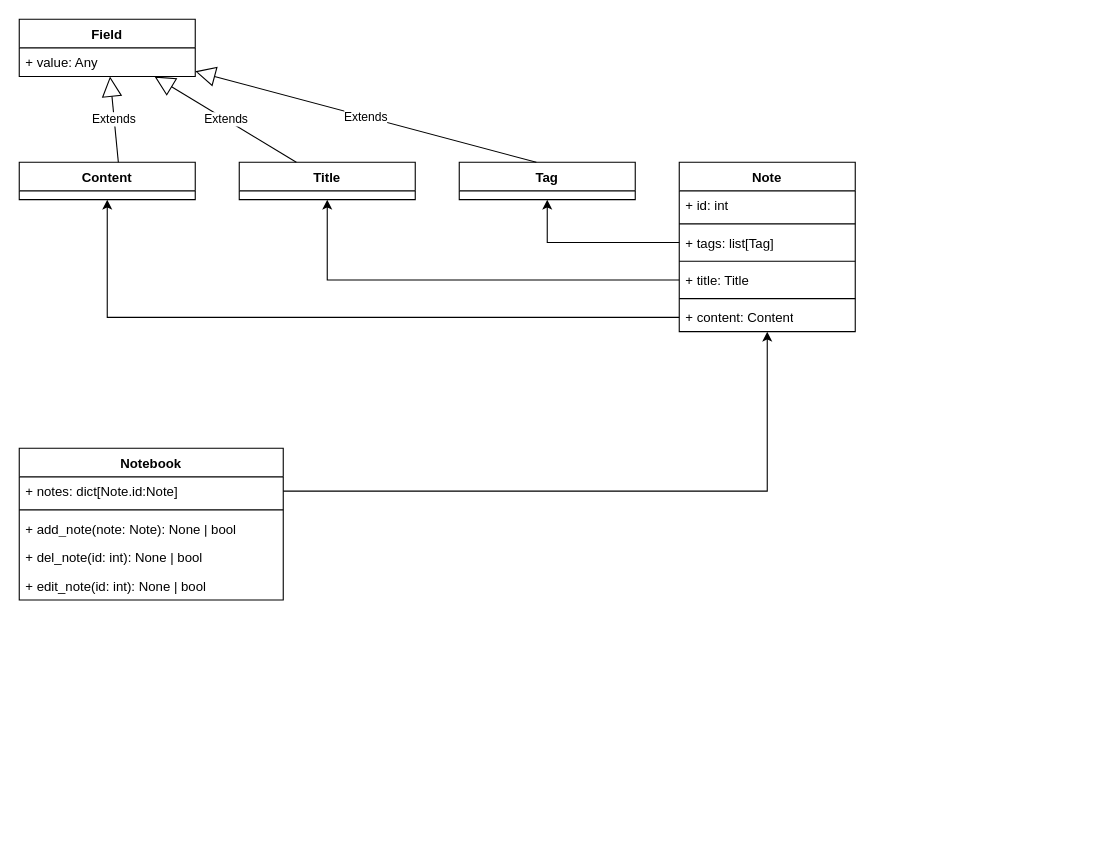
This is The S.O.F.T.drawio from oleverse/uml, a draw.io file, before an edit. Source tidied: cells renumbered, new cells numbered last; positions are measured from the earlier drawing's top-left corner, leaving out a move shared by most shapes. Both pictures are drawn from the tidied source at 110%, with x=0, y=0 at pixel (19, 19).
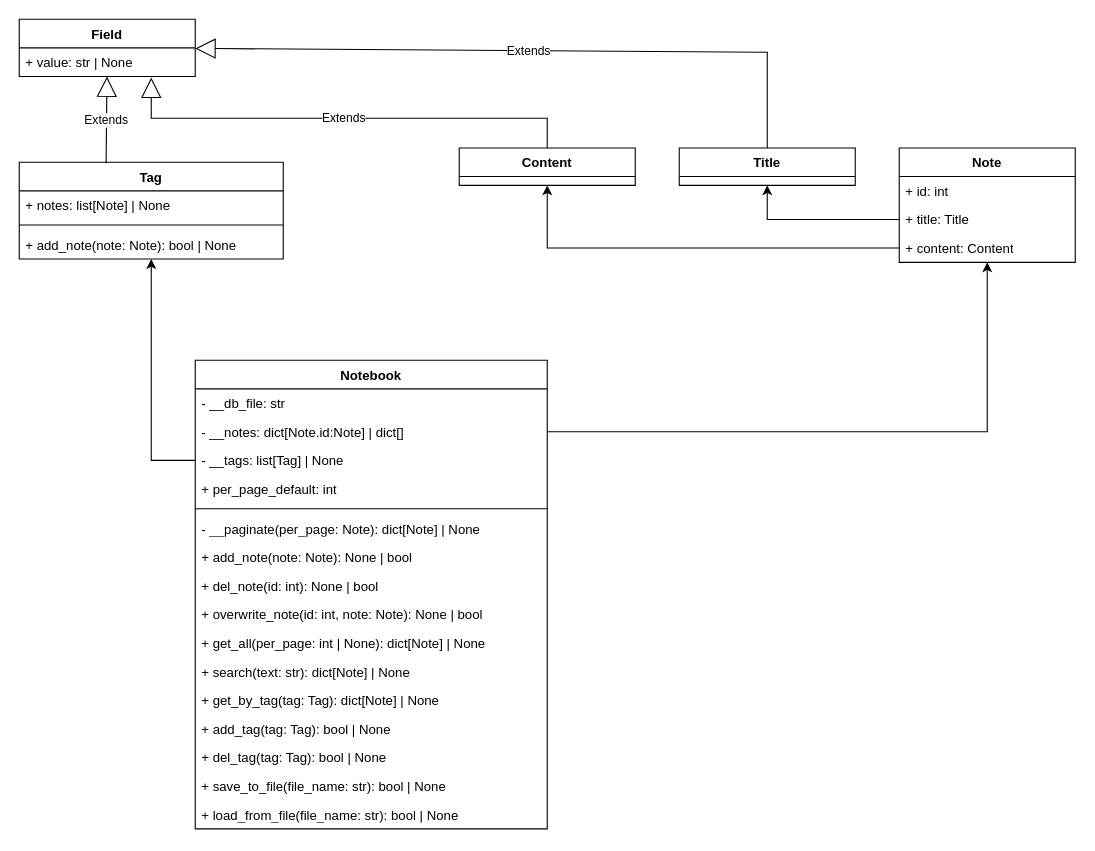
Above is the later version.

Unchanged cells that the change refers to:
```xml
<mxCell id="17" value="Field" style="swimlane;fontStyle=1;align=center;verticalAlign=top;horizontal=1;startSize=26;whiteSpace=wrap;html=1;" parent="1" vertex="1">
  <mxGeometry width="160" height="52" as="geometry" />
</mxCell>
```

What changed in the source:
```diff
@@
     <mxCell id="2" value="Note" style="swimlane;fontStyle=1;align=center;verticalAlign=top;horizontal=1;startSize=26;whiteSpace=wrap;html=1;" parent="1" vertex="1">
-      <mxGeometry x="600" y="130" width="160" height="154" as="geometry" />
+      <mxGeometry x="800" y="117" width="160" height="104" as="geometry" />
     </mxCell>
@@
-    <mxCell id="4" style="line;strokeWidth=1;fillColor=none;align=left;verticalAlign=middle;spacingTop=-1;spacingLeft=3;spacingRight=3;labelPosition=right;strokeColor=inherit;" parent="2" vertex="1">
-      <mxGeometry y="52" width="160" height="8" as="geometry" />
-    </mxCell>
-    <mxCell id="5" value="&lt;div&gt;+ tags: list[Tag]&lt;/div&gt;" style="text;strokeColor=none;fillColor=none;align=left;verticalAlign=top;spacingLeft=4;spacingRight=4;overflow=hidden;points=[[0,0.5],[1,0.5]];portConstraint=eastwest;whiteSpace=wrap;html=1;" parent="2" vertex="1">
-      <mxGeometry y="60" width="160" height="26" as="geometry" />
-    </mxCell>
-    <mxCell id="6" style="line;strokeWidth=1;fillColor=none;align=left;verticalAlign=middle;spacingTop=-1;spacingLeft=3;spacingRight=3;labelPosition=right;strokeColor=inherit;" parent="2" vertex="1">
-      <mxGeometry y="86" width="160" height="8" as="geometry" />
-    </mxCell>
     <mxCell id="7" value="&lt;div&gt;+ title: Title&lt;/div&gt;" style="text;strokeColor=none;fillColor=none;align=left;verticalAlign=top;spacingLeft=4;spacingRight=4;overflow=hidden;points=[[0,0.5],[1,0.5]];portConstraint=eastwest;whiteSpace=wrap;html=1;" parent="2" vertex="1">
-      <mxGeometry y="94" width="160" height="26" as="geometry" />
+      <mxGeometry y="52" width="160" height="26" as="geometry" />
     </mxCell>
-    <mxCell id="8" style="line;strokeWidth=1;fillColor=none;align=left;verticalAlign=middle;spacingTop=-1;spacingLeft=3;spacingRight=3;labelPosition=right;strokeColor=inherit;" parent="2" vertex="1">
-      <mxGeometry y="120" width="160" height="8" as="geometry" />
-    </mxCell>
     <mxCell id="9" value="&lt;div&gt;+ content: Content&lt;br&gt;&lt;/div&gt;" style="text;strokeColor=none;fillColor=none;align=left;verticalAlign=top;spacingLeft=4;spacingRight=4;overflow=hidden;points=[[0,0.5],[1,0.5]];portConstraint=eastwest;whiteSpace=wrap;html=1;" parent="2" vertex="1">
-      <mxGeometry y="128" width="160" height="26" as="geometry" />
+      <mxGeometry y="78" width="160" height="26" as="geometry" />
     </mxCell>
     <mxCell id="10" value="&lt;div&gt;Notebook&lt;/div&gt;" style="swimlane;fontStyle=1;align=center;verticalAlign=top;horizontal=1;startSize=26;whiteSpace=wrap;html=1;" parent="1" vertex="1">
-      <mxGeometry y="390" width="240" height="138" as="geometry" />
+      <mxGeometry x="160" y="310" width="320" height="426" as="geometry" />
     </mxCell>
-    <mxCell id="11" value="+ notes: dict[Note.id:Note]" style="text;strokeColor=none;fillColor=none;align=left;verticalAlign=top;spacingLeft=4;spacingRight=4;overflow=hidden;points=[[0,0.5],[1,0.5]];portConstraint=eastwest;whiteSpace=wrap;html=1;" parent="10" vertex="1">
-      <mxGeometry y="26" width="240" height="26" as="geometry" />
-    </mxCell>
-    <mxCell id="12" style="line;strokeWidth=1;fillColor=none;align=left;verticalAlign=middle;spacingTop=-1;spacingLeft=3;spacingRight=3;labelPosition=right;strokeColor=inherit;" parent="10" vertex="1">
-      <mxGeometry y="52" width="240" height="8" as="geometry" />
-    </mxCell>
+    <mxCell id="28" value="- __db_file: str" style="text;strokeColor=none;fillColor=none;align=left;verticalAlign=top;spacingLeft=4;spacingRight=4;overflow=hidden;whiteSpace=wrap;html=1;" parent="10" vertex="1">
+      <mxGeometry y="26" width="320" height="26" as="geometry" />
+    </mxCell>
+    <mxCell id="29" value="- __notes: dict[Note.id:Note] | dict[]" style="text;strokeColor=none;fillColor=none;align=left;verticalAlign=top;spacingLeft=4;spacingRight=4;overflow=hidden;points=[[0,0.5],[1,0.5]];portConstraint=eastwest;whiteSpace=wrap;html=1;" parent="10" vertex="1">
+      <mxGeometry y="52" width="320" height="26" as="geometry" />
+    </mxCell>
+    <mxCell id="30" value="&lt;div&gt;- __tags: list[Tag] | None&lt;br&gt;&lt;/div&gt;" style="text;strokeColor=none;fillColor=none;align=left;verticalAlign=top;spacingLeft=4;spacingRight=4;overflow=hidden;points=[[0,0.5],[1,0.5]];portConstraint=eastwest;whiteSpace=wrap;html=1;" parent="10" vertex="1">
+      <mxGeometry y="78" width="320" height="26" as="geometry" />
+    </mxCell>
+    <mxCell id="31" value="&lt;div&gt;+ per_page_default: int&lt;br&gt;&lt;/div&gt;" style="text;strokeColor=none;fillColor=none;align=left;verticalAlign=top;spacingLeft=4;spacingRight=4;overflow=hidden;whiteSpace=wrap;html=1;" parent="10" vertex="1">
+      <mxGeometry y="104" width="320" height="26" as="geometry" />
+    </mxCell>
+    <mxCell id="32" style="line;strokeWidth=1;fillColor=none;align=left;verticalAlign=middle;spacingTop=-1;spacingLeft=3;spacingRight=3;labelPosition=right;strokeColor=inherit;" parent="10" vertex="1">
+      <mxGeometry y="130" width="320" height="10" as="geometry" />
+    </mxCell>
-    <mxCell id="13" value="+ add_note(note: Note): None | bool" style="text;strokeColor=none;fillColor=none;align=left;verticalAlign=top;spacingLeft=4;spacingRight=4;overflow=hidden;whiteSpace=wrap;html=1;" parent="10" vertex="1">
-      <mxGeometry y="60" width="240" height="26" as="geometry" />
+    <mxCell id="13" value="- __paginate(per_page: Note): dict[Note] | None" style="text;strokeColor=none;fillColor=none;align=left;verticalAlign=top;spacingLeft=4;spacingRight=4;overflow=hidden;whiteSpace=wrap;html=1;" parent="10" vertex="1">
+      <mxGeometry y="140" width="320" height="26" as="geometry" />
     </mxCell>
+    <mxCell id="33" value="+ add_note(note: Note): None | bool" style="text;strokeColor=none;fillColor=none;align=left;verticalAlign=top;spacingLeft=4;spacingRight=4;overflow=hidden;whiteSpace=wrap;html=1;" parent="10" vertex="1">
+      <mxGeometry y="166" width="320" height="26" as="geometry" />
+    </mxCell>
     <mxCell id="14" value="+ del_note(id: int): None | bool" style="text;strokeColor=none;fillColor=none;align=left;verticalAlign=top;spacingLeft=4;spacingRight=4;overflow=hidden;whiteSpace=wrap;html=1;" parent="10" vertex="1">
-      <mxGeometry y="86" width="240" height="26" as="geometry" />
+      <mxGeometry y="192" width="320" height="26" as="geometry" />
     </mxCell>
+    <mxCell id="34" value="+ overwrite_note(id: int, note: Note): None | bool" style="text;strokeColor=none;fillColor=none;align=left;verticalAlign=top;spacingLeft=4;spacingRight=4;overflow=hidden;whiteSpace=wrap;html=1;" parent="10" vertex="1">
+      <mxGeometry y="218" width="320" height="26" as="geometry" />
+    </mxCell>
+    <mxCell id="35" value="+ get_all(per_page: int | None): dict[Note] | None" style="text;strokeColor=none;fillColor=none;align=left;verticalAlign=top;spacingLeft=4;spacingRight=4;overflow=hidden;whiteSpace=wrap;html=1;" parent="10" vertex="1">
+      <mxGeometry y="244" width="320" height="26" as="geometry" />
+    </mxCell>
+    <mxCell id="36" value="+ search(text: str): dict[Note] | None" style="text;strokeColor=none;fillColor=none;align=left;verticalAlign=top;spacingLeft=4;spacingRight=4;overflow=hidden;whiteSpace=wrap;html=1;" parent="10" vertex="1">
+      <mxGeometry y="270" width="320" height="26" as="geometry" />
+    </mxCell>
-    <mxCell id="15" value="+ edit_note(id: int): None | bool" style="text;strokeColor=none;fillColor=none;align=left;verticalAlign=top;spacingLeft=4;spacingRight=4;overflow=hidden;whiteSpace=wrap;html=1;" parent="10" vertex="1">
-      <mxGeometry y="112" width="240" height="26" as="geometry" />
+    <mxCell id="15" value="+ get_by_tag(tag: Tag): dict[Note] | None" style="text;strokeColor=none;fillColor=none;align=left;verticalAlign=top;spacingLeft=4;spacingRight=4;overflow=hidden;whiteSpace=wrap;html=1;" parent="10" vertex="1">
+      <mxGeometry y="296" width="320" height="26" as="geometry" />
     </mxCell>
+    <mxCell id="37" value="+ add_tag(tag: Tag): bool | None" style="text;strokeColor=none;fillColor=none;align=left;verticalAlign=top;spacingLeft=4;spacingRight=4;overflow=hidden;whiteSpace=wrap;html=1;" parent="10" vertex="1">
+      <mxGeometry y="322" width="320" height="26" as="geometry" />
+    </mxCell>
+    <mxCell id="38" value="+ del_tag(tag: Tag): bool | None" style="text;strokeColor=none;fillColor=none;align=left;verticalAlign=top;spacingLeft=4;spacingRight=4;overflow=hidden;whiteSpace=wrap;html=1;" parent="10" vertex="1">
+      <mxGeometry y="348" width="320" height="26" as="geometry" />
+    </mxCell>
+    <mxCell id="39" value="+ save_to_file(file_name: str): bool | None" style="text;strokeColor=none;fillColor=none;align=left;verticalAlign=top;spacingLeft=4;spacingRight=4;overflow=hidden;whiteSpace=wrap;html=1;" parent="10" vertex="1">
+      <mxGeometry y="374" width="320" height="26" as="geometry" />
+    </mxCell>
+    <mxCell id="40" value="+ load_from_file(file_name: str): bool | None" style="text;strokeColor=none;fillColor=none;align=left;verticalAlign=top;spacingLeft=4;spacingRight=4;overflow=hidden;whiteSpace=wrap;html=1;" parent="10" vertex="1">
+      <mxGeometry y="400" width="320" height="26" as="geometry" />
+    </mxCell>
     <mxCell id="16" value="Tag" style="swimlane;fontStyle=1;align=center;verticalAlign=top;horizontal=1;startSize=26;whiteSpace=wrap;html=1;" parent="1" vertex="1">
-      <mxGeometry x="400" y="130" width="160" height="34" as="geometry" />
+      <mxGeometry y="130" width="240" height="88" as="geometry" />
     </mxCell>
+    <mxCell id="41" value="&lt;div&gt;+ notes: list[Note] | None&lt;br&gt;&lt;/div&gt;" style="text;strokeColor=none;fillColor=none;align=left;verticalAlign=top;spacingLeft=4;spacingRight=4;overflow=hidden;whiteSpace=wrap;html=1;" parent="16" vertex="1">
+      <mxGeometry y="26" width="240" height="26" as="geometry" />
+    </mxCell>
+    <mxCell id="42" style="line;strokeWidth=1;fillColor=none;align=left;verticalAlign=middle;spacingTop=-1;spacingLeft=3;spacingRight=3;labelPosition=right;strokeColor=inherit;" parent="16" vertex="1">
+      <mxGeometry y="52" width="240" height="10" as="geometry" />
+    </mxCell>
+    <mxCell id="43" value="+ add_note(note: Note): bool | None" style="text;strokeColor=none;fillColor=none;align=left;verticalAlign=top;spacingLeft=4;spacingRight=4;overflow=hidden;whiteSpace=wrap;html=1;" parent="16" vertex="1">
+      <mxGeometry y="62" width="240" height="26" as="geometry" />
+    </mxCell>
@@
-    <mxCell id="18" value="+ value: Any" style="text;strokeColor=none;fillColor=none;align=left;verticalAlign=top;spacingLeft=4;spacingRight=4;overflow=hidden;points=[[0,0.5],[1,0.5]];portConstraint=eastwest;whiteSpace=wrap;html=1;" parent="17" vertex="1">
+    <mxCell id="18" value="+ value: str | None" style="text;strokeColor=none;fillColor=none;align=left;verticalAlign=top;spacingLeft=4;spacingRight=4;overflow=hidden;points=[[0,0.5],[1,0.5]];portConstraint=eastwest;whiteSpace=wrap;html=1;" parent="17" vertex="1">
       <mxGeometry y="26" width="160" height="26" as="geometry" />
     </mxCell>
     <mxCell id="19" value="Title" style="swimlane;fontStyle=1;align=center;verticalAlign=top;horizontal=1;startSize=26;whiteSpace=wrap;html=1;" parent="1" vertex="1">
-      <mxGeometry x="200" y="130" width="160" height="34" as="geometry" />
+      <mxGeometry x="600" y="117" width="160" height="34" as="geometry" />
     </mxCell>
-    <mxCell id="20" value="Extends" style="endArrow=block;endSize=16;endFill=0;html=1;rounded=0;exitX=0.438;exitY=0;exitDx=0;exitDy=0;exitPerimeter=0;" parent="1" edge="1" source="16" target="17">
+    <mxCell id="20" value="Extends" style="endArrow=block;endSize=16;endFill=0;html=1;rounded=0;exitX=0.329;exitY=0.011;exitDx=0;exitDy=0;exitPerimeter=0;" parent="1" edge="1" source="16" target="17">
       <mxGeometry relative="1" as="geometry" />
     </mxCell>
-    <mxCell id="21" value="Extends" style="endArrow=block;endSize=16;endFill=0;html=1;rounded=0;" parent="1" edge="1" source="19" target="17">
-      <mxGeometry relative="1" as="geometry" />
+    <mxCell id="21" value="Extends" style="endArrow=block;endSize=16;endFill=0;html=1;rounded=0;orthogonal=0;noJump=0;" parent="1" edge="1" source="19" target="17">
+      <mxGeometry relative="1" as="geometry">
+        <Array as="points">
+          <mxPoint x="680" y="30" />
+        </Array>
+      </mxGeometry>
     </mxCell>
     <mxCell id="22" value="&lt;div&gt;Content&lt;/div&gt;" style="swimlane;fontStyle=1;align=center;verticalAlign=top;horizontal=1;startSize=26;whiteSpace=wrap;html=1;" parent="1" vertex="1">
-      <mxGeometry y="130" width="160" height="34" as="geometry" />
+      <mxGeometry x="400" y="117" width="160" height="34" as="geometry" />
     </mxCell>
-    <mxCell id="23" value="Extends" style="endArrow=block;endSize=16;endFill=0;html=1;rounded=0;exitX=0.563;exitY=0;exitDx=0;exitDy=0;exitPerimeter=0;" parent="1" edge="1" source="22" target="17">
-      <mxGeometry relative="1" as="geometry" />
+    <mxCell id="23" value="Extends" style="endArrow=block;endSize=16;endFill=0;html=1;rounded=0;exitX=0.5;exitY=0;exitDx=0;exitDy=0;entryX=0.75;entryY=1.038;entryDx=0;entryDy=0;entryPerimeter=0;" parent="1" edge="1" source="22" target="18">
+      <mxGeometry relative="1" as="geometry">
+        <Array as="points">
+          <mxPoint x="480" y="90" />
+          <mxPoint x="120" y="90" />
+        </Array>
+      </mxGeometry>
     </mxCell>
-    <mxCell id="24" style="edgeStyle=orthogonalEdgeStyle;rounded=0;jettySize=auto;html=1;exitX=0;exitY=0.5;exitDx=0;exitDy=0;anchorPointDirection=1;" parent="1" edge="1" source="5" target="16">
-      <mxGeometry relative="1" as="geometry" />
-    </mxCell>
@@
-    <mxCell id="27" style="edgeStyle=orthogonalEdgeStyle;rounded=0;jettySize=auto;html=1;exitX=1;exitY=0.5;exitDx=0;exitDy=0;" parent="1" edge="1" source="11" target="2">
+    <mxCell id="27" style="edgeStyle=orthogonalEdgeStyle;rounded=0;jettySize=auto;html=1;" parent="1" edge="1" source="29" target="2">
       <mxGeometry relative="1" as="geometry" />
     </mxCell>
+    <mxCell id="44" style="edgeStyle=orthogonalEdgeStyle;rounded=0;jettySize=auto;html=1;entryX=0.5;entryY=1;entryDx=0;entryDy=0;" parent="1" edge="1" source="30" target="16">
+      <mxGeometry relative="1" as="geometry" />
+    </mxCell>
```
